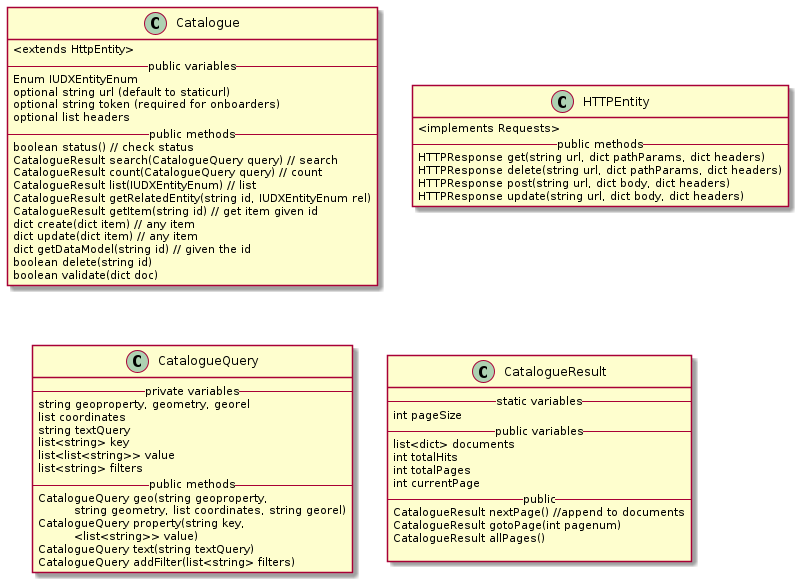
The PlantUML diagram docs/diagrams/CatalogueEntity.png in datakaveri/iudx-python-sdk, before a commit.
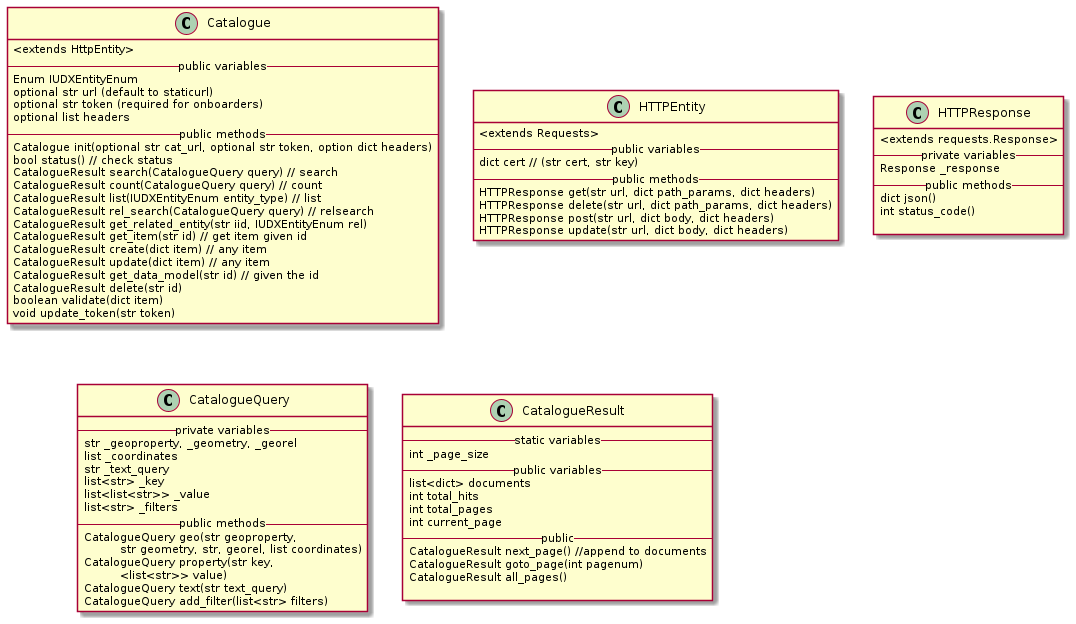
After the change.

The edit, as a diff of the source:
```diff
@@ -3,63 +3,78 @@
     <extends HttpEntity>
   -- public variables --
   Enum IUDXEntityEnum
-  optional string url (default to staticurl)
-  optional string token (required for onboarders)
+  optional str url (default to staticurl)
+  optional str token (required for onboarders)
   optional list headers
   -- public methods --
-  boolean status() // check status
+  Catalogue init(optional str cat_url, optional str token, option dict headers)
+  bool status() // check status
   CatalogueResult search(CatalogueQuery query) // search
   CatalogueResult count(CatalogueQuery query) // count
-  CatalogueResult list(IUDXEntityEnum) // list
-  CatalogueResult getRelatedEntity(string id, IUDXEntityEnum rel)
-  CatalogueResult getItem(string id) // get item given id
-  dict create(dict item) // any item
-  dict update(dict item) // any item
-  dict getDataModel(string id) // given the id
-  boolean delete(string id)
-  boolean validate(dict doc)
+  CatalogueResult list(IUDXEntityEnum entity_type) // list
+  CatalogueResult rel_search(CatalogueQuery query) // relsearch
+  CatalogueResult get_related_entity(str iid, IUDXEntityEnum rel)
+  CatalogueResult get_item(str id) // get item given id
+  CatalogueResult create(dict item) // any item
+  CatalogueResult update(dict item) // any item
+  CatalogueResult get_data_model(str id) // given the id
+  CatalogueResult delete(str id)
+  boolean validate(dict item)
+  void update_token(str token)
 }
 
 class HTTPEntity  {
-  <implements Requests>
+  <extends Requests>
+  -- public variables --
+  dict cert // (str cert, str key)
   -- public methods --
-  HTTPResponse get(string url, dict pathParams, dict headers)
-  HTTPResponse delete(string url, dict pathParams, dict headers)
-  HTTPResponse post(string url, dict body, dict headers)
-  HTTPResponse update(string url, dict body, dict headers)
+  HTTPResponse get(str url, dict path_params, dict headers)
+  HTTPResponse delete(str url, dict path_params, dict headers)
+  HTTPResponse post(str url, dict body, dict headers)
+  HTTPResponse update(str url, dict body, dict headers)
+}
+
+class HTTPResponse {
+  <extends requests.Response>
+  -- private variables --
+  Response _response
+  -- public methods --
+  dict json()
+  int status_code()
+
 }
 
 
 class CatalogueQuery {
     -- private variables--
-    string geoproperty, geometry, georel
-    list coordinates
-    string textQuery
-    list<string> key
-    list<list<string>> value
-    list<string> filters
+    str _geoproperty, _geometry, _georel
+    list _coordinates
+    str _text_query
+    list<str> _key
+    list<list<str>> _value
+    list<str> _filters
     -- public methods --
-    CatalogueQuery geo(string geoproperty,
-                        \t string geometry, list coordinates, string georel)
-    CatalogueQuery property(string key,
-                        \t <list<string>> value)
-    CatalogueQuery text(string textQuery)
-    CatalogueQuery addFilter(list<string> filters)
+    CatalogueQuery geo(str geoproperty,
+        \t str geometry, str, georel, list coordinates)
+    CatalogueQuery property(str key,
+                        \t <list<str>> value)
+    CatalogueQuery text(str text_query)
+    CatalogueQuery add_filter(list<str> filters)
 }
 
 
 class CatalogueResult {
     -- static variables --
-    int pageSize
+    int _page_size
     -- public variables --
     list<dict> documents
-    int totalHits
-    int totalPages
-    int currentPage
+    int total_hits
+    int total_pages
+    int current_page
     -- public --
-    CatalogueResult nextPage() //append to documents
-    CatalogueResult gotoPage(int pagenum)
-    CatalogueResult allPages()
+    CatalogueResult next_page() //append to documents
+    CatalogueResult goto_page(int pagenum)
+    CatalogueResult all_pages()
 
 }
 
```
